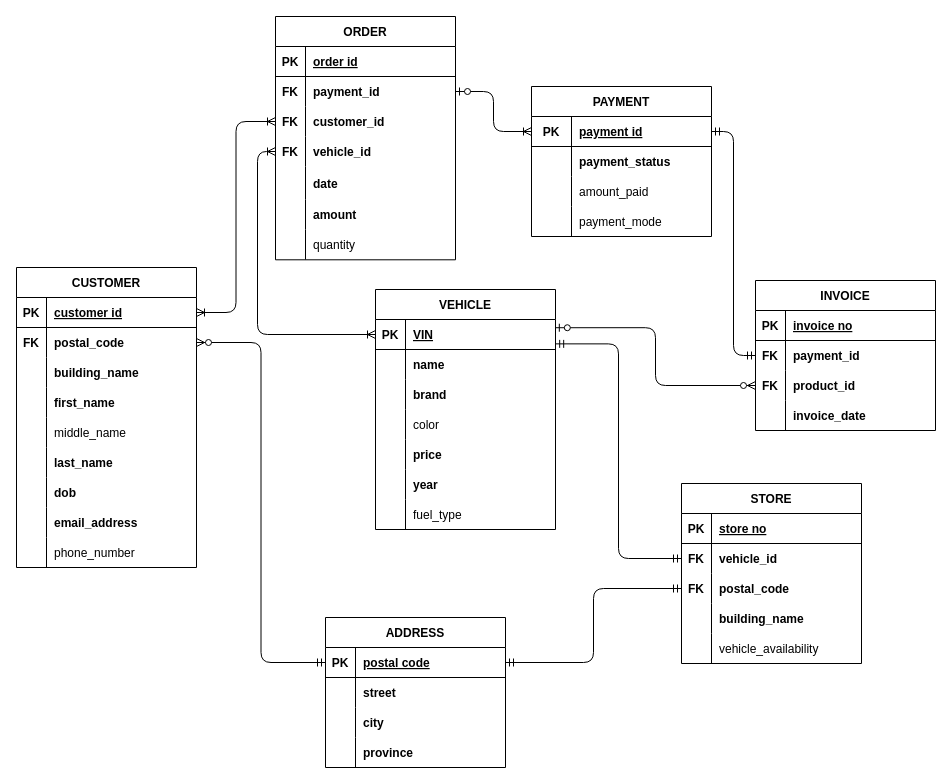
whatsbeing/termproject-sql keeps this draw.io diagram as ERD diagram.drawio. Above is the earlier version. Source tidied: cells renumbered, new cells numbered last; positions are measured from the earlier drawing's top-left corner, leaving out a move shared by most shapes. Both pictures are drawn from the tidied source at 100%, with x=0, y=0 at pixel (16, 16).
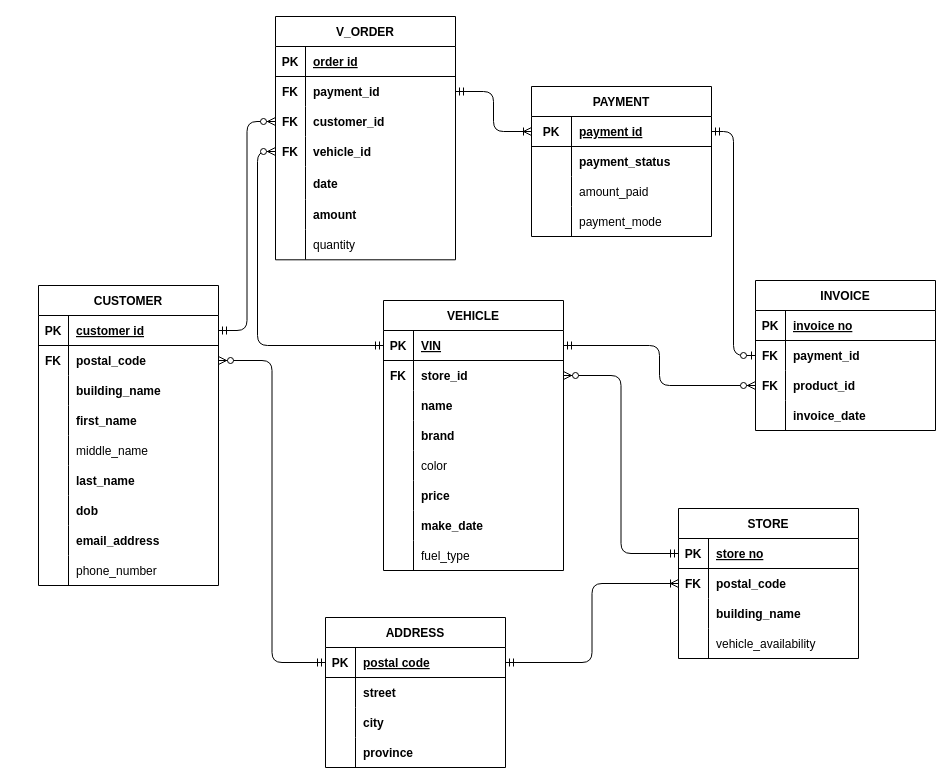
Above is the later version.

Unchanged cells that the change refers to:
```xml
<mxCell id="3" style="shape=partialRectangle;fillColor=none;top=0;left=0;bottom=1;right=0;points=[[0,0.5],[1,0.5]];portConstraint=eastwest;" parent="2" vertex="1">
  <mxGeometry y="30" width="180" height="30" as="geometry" />
</mxCell>
<mxCell id="6" style="shape=partialRectangle;fillColor=none;top=0;left=0;bottom=0;right=0;points=[[0,0.5],[1,0.5]];portConstraint=eastwest;" parent="2" vertex="1">
  <mxGeometry y="60" width="180" height="30" as="geometry" />
</mxCell>
<mxCell id="31" style="shape=partialRectangle;fillColor=none;top=0;left=0;bottom=1;right=0;points=[[0,0.5],[1,0.5]];portConstraint=eastwest;" parent="30" vertex="1">
  <mxGeometry y="30" width="180" height="30" as="geometry" />
</mxCell>
<mxCell id="47" style="shape=partialRectangle;fillColor=none;top=0;left=0;bottom=0;right=0;points=[[0,0.5],[1,0.5]];portConstraint=eastwest;" parent="43" vertex="1">
  <mxGeometry y="60" width="180" height="30" as="geometry" />
</mxCell>
<mxCell id="50" style="shape=partialRectangle;fillColor=none;top=0;left=0;bottom=0;right=0;points=[[0,0.5],[1,0.5]];portConstraint=eastwest;" parent="43" vertex="1">
  <mxGeometry y="90" width="180" height="30" as="geometry" />
</mxCell>
<mxCell id="60" style="shape=partialRectangle;fillColor=none;top=0;left=0;bottom=0;right=0;points=[[0,0.5],[1,0.5]];portConstraint=eastwest;" parent="56" vertex="1">
  <mxGeometry y="60" width="180" height="30" as="geometry" />
</mxCell>
<mxCell id="63" style="shape=partialRectangle;fillColor=none;top=0;left=0;bottom=0;right=0;points=[[0,0.5],[1,0.5]];portConstraint=eastwest;" parent="56" vertex="1">
  <mxGeometry y="90" width="180" height="30" as="geometry" />
</mxCell>
<mxCell id="66" style="shape=partialRectangle;fillColor=none;top=0;left=0;bottom=0;right=0;points=[[0,0.5],[1,0.5]];portConstraint=eastwest;" parent="56" vertex="1">
  <mxGeometry y="120" width="180" height="30" as="geometry" />
</mxCell>
<mxCell id="79" style="shape=partialRectangle;fillColor=none;top=0;left=0;bottom=1;right=0;points=[[0,0.5],[1,0.5]];portConstraint=eastwest;" parent="78" vertex="1">
  <mxGeometry y="30" width="180" height="30" as="geometry" />
</mxCell>
<mxCell id="102" style="shape=partialRectangle;fillColor=none;top=0;left=0;bottom=1;right=0;points=[[0,0.5],[1,0.5]];portConstraint=eastwest;" parent="101" vertex="1">
  <mxGeometry y="30" width="180" height="30" as="geometry" />
</mxCell>
<mxCell id="115" style="shape=partialRectangle;fillColor=none;top=0;left=0;bottom=1;right=0;points=[[0,0.5],[1,0.5]];portConstraint=eastwest;" parent="114" vertex="1">
  <mxGeometry y="30" width="180" height="30" as="geometry" />
</mxCell>
```

Diff of the diagram source:
```diff
@@
     <mxCell id="2" value="CUSTOMER" style="shape=table;startSize=30;childLayout=tableLayout;rowLines=0;fontStyle=1;align=center;" parent="1" vertex="1">
-      <mxGeometry y="251" width="180" height="300" as="geometry" />
+      <mxGeometry x="22" y="269" width="180" height="300" as="geometry" />
     </mxCell>
@@
-    <mxCell id="56" value="ORDER" style="shape=table;startSize=30;childLayout=tableLayout;rowLines=0;fontStyle=1;align=center;" parent="1" vertex="1">
+    <mxCell id="56" value="V_ORDER" style="shape=table;startSize=30;childLayout=tableLayout;rowLines=0;fontStyle=1;align=center;" parent="1" vertex="1">
       <mxGeometry x="259" width="180" height="243.3" as="geometry" />
     </mxCell>
@@
     <mxCell id="78" value="VEHICLE" style="shape=table;startSize=30;childLayout=tableLayout;rowLines=0;fontStyle=1;align=center;" parent="1" vertex="1">
-      <mxGeometry x="359" y="273" width="180" height="240" as="geometry" />
+      <mxGeometry x="367" y="284" width="180" height="270" as="geometry" />
     </mxCell>
@@
+    <mxCell id="137" style="shape=partialRectangle;fillColor=none;top=0;left=0;bottom=0;right=0;points=[[0,0.5],[1,0.5]];portConstraint=eastwest;fontStyle=1;" parent="78" vertex="1">
+      <mxGeometry y="60" width="180" height="30" as="geometry" />
+    </mxCell>
+    <mxCell id="119" value="FK" style="shape=partialRectangle;fillColor=none;top=0;left=0;bottom=0;right=0;overflow=hidden;fontStyle=1;" parent="137" vertex="1">
+      <mxGeometry width="30" height="30" as="geometry" />
+    </mxCell>
+    <mxCell id="138" value="store_id" style="shape=partialRectangle;fillColor=none;top=0;left=0;bottom=0;right=0;align=left;spacingLeft=6;overflow=hidden;fontStyle=1;" parent="137" vertex="1">
+      <mxGeometry x="30" width="150" height="30" as="geometry" />
+    </mxCell>
     <mxCell id="82" style="shape=partialRectangle;fillColor=none;top=0;left=0;bottom=0;right=0;" parent="78" vertex="1">
-      <mxGeometry y="60" width="180" height="30" as="geometry" />
+      <mxGeometry y="90" width="180" height="30" as="geometry" />
     </mxCell>
@@
     <mxCell id="85" style="shape=partialRectangle;fillColor=none;top=0;left=0;bottom=0;right=0;" parent="78" vertex="1">
-      <mxGeometry y="90" width="180" height="30" as="geometry" />
+      <mxGeometry y="120" width="180" height="30" as="geometry" />
     </mxCell>
@@
     <mxCell id="88" style="shape=partialRectangle;fillColor=none;top=0;left=0;bottom=0;right=0;" parent="78" vertex="1">
-      <mxGeometry y="120" width="180" height="30" as="geometry" />
+      <mxGeometry y="150" width="180" height="30" as="geometry" />
     </mxCell>
@@
     <mxCell id="91" style="shape=partialRectangle;fillColor=none;top=0;left=0;bottom=0;right=0;" parent="78" vertex="1">
-      <mxGeometry y="150" width="180" height="30" as="geometry" />
+      <mxGeometry y="180" width="180" height="30" as="geometry" />
     </mxCell>
@@
     <mxCell id="94" style="shape=partialRectangle;fillColor=none;top=0;left=0;bottom=0;right=0;" parent="78" vertex="1">
-      <mxGeometry y="180" width="180" height="30" as="geometry" />
+      <mxGeometry y="210" width="180" height="30" as="geometry" />
     </mxCell>
@@
-    <mxCell id="96" value="year" style="shape=partialRectangle;fillColor=none;top=0;left=0;bottom=0;right=0;align=left;spacingLeft=6;overflow=hidden;fontStyle=1;" parent="94" vertex="1">
+    <mxCell id="96" value="make_date" style="shape=partialRectangle;fillColor=none;top=0;left=0;bottom=0;right=0;align=left;spacingLeft=6;overflow=hidden;fontStyle=1;" parent="94" vertex="1">
       <mxGeometry x="30" width="150" height="30" as="geometry" />
     </mxCell>
     <mxCell id="97" style="shape=partialRectangle;fillColor=none;top=0;left=0;bottom=0;right=0;" parent="78" vertex="1">
-      <mxGeometry y="210" width="180" height="30" as="geometry" />
+      <mxGeometry y="240" width="180" height="30" as="geometry" />
     </mxCell>
@@
-    <mxCell id="100" style="edgeStyle=orthogonalEdgeStyle;fontSize=12;html=1;endArrow=ERmandOne;startArrow=ERzeroToMany;entryX=0;entryY=0.5;entryDx=0;entryDy=0;exitX=1;exitY=0.5;exitDx=0;exitDy=0;" parent="1" edge="1" source="6" target="31">
+    <mxCell id="100" style="edgeStyle=orthogonalEdgeStyle;fontSize=12;html=1;endArrow=ERmandOne;startArrow=ERzeroToMany;entryX=0;entryY=0.5;entryDx=0;entryDy=0;exitX=1;exitY=0.5;exitDx=0;exitDy=0;startFill=1;" parent="1" edge="1" source="6" target="31">
       <mxGeometry relative="1" as="geometry" />
     </mxCell>
@@
     <mxCell id="114" value="STORE" style="shape=table;startSize=30;childLayout=tableLayout;rowLines=0;fontStyle=1;align=center;" parent="1" vertex="1">
-      <mxGeometry x="665" y="467" width="180" height="180" as="geometry" />
+      <mxGeometry x="662" y="492" width="180" height="150" as="geometry" />
     </mxCell>
@@
-    <mxCell id="118" style="shape=partialRectangle;fillColor=none;top=0;left=0;bottom=0;right=0;points=[[0,0.5],[1,0.5]];portConstraint=eastwest;" parent="114" vertex="1">
-      <mxGeometry y="60" width="180" height="30" as="geometry" />
-    </mxCell>
-    <mxCell id="119" value="FK" style="shape=partialRectangle;fillColor=none;top=0;left=0;bottom=0;right=0;overflow=hidden;fontStyle=1;" parent="118" vertex="1">
-      <mxGeometry width="30" height="30" as="geometry" />
-    </mxCell>
-    <mxCell id="120" value="vehicle_id" style="shape=partialRectangle;fillColor=none;top=0;left=0;bottom=0;right=0;align=left;spacingLeft=6;overflow=hidden;fontStyle=1;" parent="118" vertex="1">
-      <mxGeometry x="30" width="150" height="30" as="geometry" />
-    </mxCell>
     <mxCell id="121" style="shape=partialRectangle;fillColor=none;top=0;left=0;bottom=0;right=0;points=[[0,0.5],[1,0.5]];portConstraint=eastwest;" parent="114" vertex="1">
-      <mxGeometry y="90" width="180" height="30" as="geometry" />
+      <mxGeometry y="60" width="180" height="30" as="geometry" />
     </mxCell>
@@
     <mxCell id="124" style="shape=partialRectangle;fillColor=none;top=0;left=0;bottom=0;right=0;" parent="114" vertex="1">
-      <mxGeometry y="120" width="180" height="30" as="geometry" />
+      <mxGeometry y="90" width="180" height="30" as="geometry" />
     </mxCell>
@@
     <mxCell id="127" style="shape=partialRectangle;fillColor=none;top=0;left=0;bottom=0;right=0;" parent="114" vertex="1">
-      <mxGeometry y="150" width="180" height="30" as="geometry" />
+      <mxGeometry y="120" width="180" height="30" as="geometry" />
     </mxCell>
@@
-    <mxCell id="130" style="fontSize=12;html=1;endArrow=ERoneToMany;startArrow=ERoneToMany;exitX=1;exitY=0.5;exitDx=0;exitDy=0;edgeStyle=orthogonalEdgeStyle;entryX=0;entryY=0.5;entryDx=0;entryDy=0;" parent="1" edge="1" source="3" target="63">
+    <mxCell id="130" style="fontSize=12;html=1;endArrow=ERzeroToMany;startArrow=ERmandOne;exitX=1;exitY=0.5;exitDx=0;exitDy=0;edgeStyle=orthogonalEdgeStyle;entryX=0;entryY=0.5;entryDx=0;entryDy=0;endFill=1;startFill=0;" parent="1" edge="1" source="3" target="63">
       <mxGeometry relative="1" as="geometry" />
     </mxCell>
-    <mxCell id="131" style="edgeStyle=orthogonalEdgeStyle;fontSize=12;html=1;endArrow=ERoneToMany;startArrow=ERoneToMany;entryX=0;entryY=0.5;entryDx=0;entryDy=0;exitX=0;exitY=0.5;exitDx=0;exitDy=0;elbow=vertical;" parent="1" edge="1" source="66" target="79">
+    <mxCell id="131" style="edgeStyle=orthogonalEdgeStyle;fontSize=12;html=1;endArrow=ERmandOne;startArrow=ERzeroToMany;entryX=0;entryY=0.5;entryDx=0;entryDy=0;exitX=0;exitY=0.5;exitDx=0;exitDy=0;elbow=vertical;endFill=0;startFill=1;" parent="1" edge="1" source="66" target="79">
       <mxGeometry relative="1" as="geometry">
         <Array as="points">
           <mxPoint x="241" y="135" />
-          <mxPoint x="241" y="318" />
+          <mxPoint x="241" y="329" />
         </Array>
       </mxGeometry>
     </mxCell>
-    <mxCell id="132" style="edgeStyle=orthogonalEdgeStyle;fontSize=12;html=1;endArrow=ERoneToMany;startArrow=ERzeroToOne;entryX=0;entryY=0.5;entryDx=0;entryDy=0;exitX=1;exitY=0.5;exitDx=0;exitDy=0;" parent="1" edge="1" source="60" target="102">
+    <mxCell id="132" style="edgeStyle=orthogonalEdgeStyle;fontSize=12;html=1;endArrow=ERoneToMany;startArrow=ERmandOne;entryX=0;entryY=0.5;entryDx=0;entryDy=0;exitX=1;exitY=0.5;exitDx=0;exitDy=0;startFill=0;" parent="1" edge="1" source="60" target="102">
       <mxGeometry relative="1" as="geometry" />
     </mxCell>
-    <mxCell id="133" style="fontSize=12;html=1;endArrow=ERmandOne;startArrow=ERmandOne;exitX=0;exitY=0.5;exitDx=0;exitDy=0;edgeStyle=orthogonalEdgeStyle;entryX=1.001;entryY=0.812;entryDx=0;entryDy=0;entryPerimeter=0;" parent="1" edge="1" source="118" target="79">
+    <mxCell id="133" style="fontSize=12;html=1;endArrow=ERzeroToMany;startArrow=ERmandOne;exitX=0;exitY=0.5;exitDx=0;exitDy=0;edgeStyle=orthogonalEdgeStyle;entryX=1;entryY=0.5;entryDx=0;entryDy=0;endFill=1;startFill=0;" parent="1" edge="1" source="115" target="137">
       <mxGeometry relative="1" as="geometry" />
     </mxCell>
-    <mxCell id="134" style="fontSize=12;html=1;endArrow=ERmandOne;startArrow=ERmandOne;exitX=0;exitY=0.5;exitDx=0;exitDy=0;edgeStyle=orthogonalEdgeStyle;" parent="1" edge="1" source="121" target="31">
+    <mxCell id="134" style="fontSize=12;html=1;endArrow=ERmandOne;startArrow=ERoneToMany;exitX=0;exitY=0.5;exitDx=0;exitDy=0;edgeStyle=orthogonalEdgeStyle;startFill=0;" parent="1" edge="1" source="121" target="31">
       <mxGeometry relative="1" as="geometry" />
     </mxCell>
-    <mxCell id="135" style="edgeStyle=orthogonalEdgeStyle;fontSize=12;html=1;endArrow=ERmandOne;startArrow=ERmandOne;entryX=0;entryY=0.5;entryDx=0;entryDy=0;exitX=1;exitY=0.5;exitDx=0;exitDy=0;" parent="1" edge="1" source="102" target="47">
+    <mxCell id="135" style="edgeStyle=orthogonalEdgeStyle;fontSize=12;html=1;endArrow=ERzeroToOne;startArrow=ERmandOne;entryX=0;entryY=0.5;entryDx=0;entryDy=0;exitX=1;exitY=0.5;exitDx=0;exitDy=0;endFill=1;" parent="1" edge="1" source="102" target="47">
       <mxGeometry relative="1" as="geometry" />
     </mxCell>
-    <mxCell id="136" style="edgeStyle=orthogonalEdgeStyle;fontSize=12;html=1;endArrow=ERzeroToMany;startArrow=ERzeroToOne;exitX=0.999;exitY=0.274;exitDx=0;exitDy=0;exitPerimeter=0;entryX=0;entryY=0.5;entryDx=0;entryDy=0;" parent="1" edge="1" source="79" target="50">
+    <mxCell id="136" style="edgeStyle=orthogonalEdgeStyle;fontSize=12;html=1;endArrow=ERzeroToMany;startArrow=ERmandOne;entryX=0;entryY=0.5;entryDx=0;entryDy=0;exitX=1;exitY=0.5;exitDx=0;exitDy=0;startFill=0;" parent="1" edge="1" source="79" target="50">
       <mxGeometry relative="1" as="geometry" />
     </mxCell>
```
